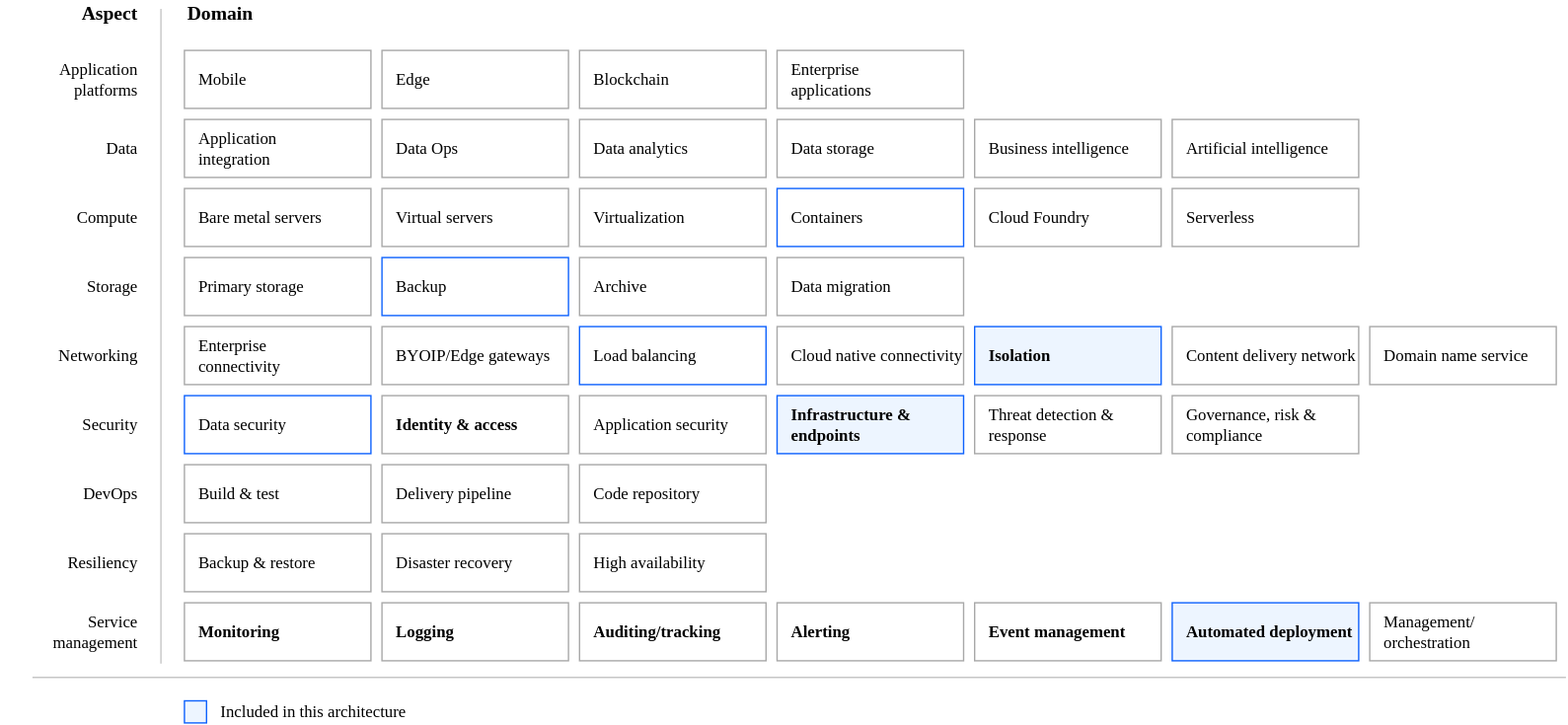
Above: reference-architectures/heat-map-deploy-arch-slz-vpc-fully-configurable.svg in terraform-ibm-modules/terraform-ibm-landing-zone-vpc (draw.io), before the change. Source tidied: cells renumbered, new cells last; positions are measured from the earlier drawing's top-left corner, leaving out a move shared by most shapes.
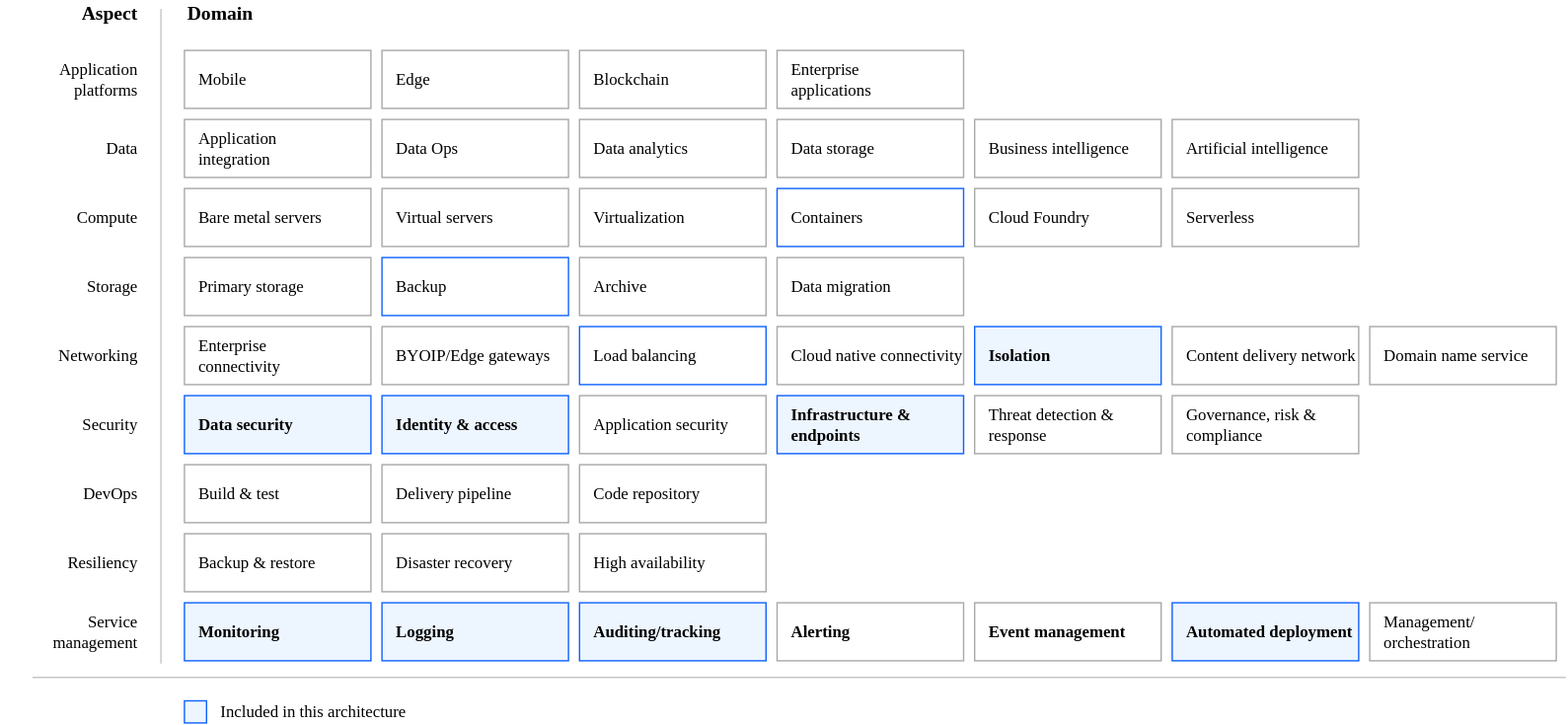
The same file after the commit.

The edit, as a diff of the source:
```diff
@@ -20,13 +20,13 @@
     <mxCell id="7" value="Build &amp;amp; test" style="rounded=0;whiteSpace=wrap;html=1;strokeColor=#A8A8A8;align=left;spacingLeft=8;fontFamily=IBM Plex Sans;" parent="1" vertex="1">
       <mxGeometry x="133" y="336" width="135" height="42" as="geometry" />
     </mxCell>
-    <mxCell id="8" value="Data security" style="rounded=0;whiteSpace=wrap;html=1;strokeColor=light-dark(#0E62FD,#5D5D5D);align=left;spacingLeft=8;fontFamily=IBM Plex Sans;fontStyle=0;fillColor=default;" parent="1" vertex="1">
+    <mxCell id="8" value="Data security" style="rounded=0;whiteSpace=wrap;html=1;strokeColor=light-dark(#0E62FD,#5D5D5D);align=left;spacingLeft=8;fontFamily=IBM Plex Sans;fontStyle=1;fillColor=#EDF5FF;" parent="1" vertex="1">
       <mxGeometry x="133" y="286" width="135" height="42" as="geometry" />
     </mxCell>
     <mxCell id="9" value="Backup &amp;amp; restore" style="rounded=0;whiteSpace=wrap;html=1;strokeColor=#A8A8A8;align=left;spacingLeft=8;fontFamily=IBM Plex Sans;" parent="1" vertex="1">
       <mxGeometry x="133" y="386" width="135" height="42" as="geometry" />
     </mxCell>
-    <mxCell id="10" value="Monitoring" style="rounded=0;whiteSpace=wrap;html=1;strokeColor=light-dark(#A8A8A8,#5CA4FF);align=left;spacingLeft=8;fontFamily=IBM Plex Sans;fontStyle=1;fillColor=light-dark(#FFFFFF,#151C24);" parent="1" vertex="1">
+    <mxCell id="10" value="Monitoring" style="rounded=0;whiteSpace=wrap;html=1;strokeColor=light-dark(#0E62FD,#5CA4FF);align=left;spacingLeft=8;fontFamily=IBM Plex Sans;fontStyle=1;fillColor=light-dark(#EDF5FF,#151C24);" parent="1" vertex="1">
       <mxGeometry x="133" y="436" width="135" height="42" as="geometry" />
     </mxCell>
     <mxCell id="11" value="Edge" style="rounded=0;whiteSpace=wrap;html=1;strokeColor=#A8A8A8;align=left;spacingLeft=8;fontFamily=IBM Plex Sans;fillColor=default;fontStyle=0;" parent="1" vertex="1">
@@ -92,7 +92,7 @@
     <mxCell id="31" value="Domain name service" style="rounded=0;whiteSpace=wrap;html=1;strokeColor=#A8A8A8;align=left;spacingLeft=8;fontFamily=IBM Plex Sans;fillColor=default;fontStyle=0;" parent="1" vertex="1">
       <mxGeometry x="991" y="236" width="135" height="42" as="geometry" />
     </mxCell>
-    <mxCell id="32" value="Identity &amp;amp; access" style="rounded=0;whiteSpace=wrap;html=1;strokeColor=light-dark(#A8A8A8,#5CA4FF);align=left;spacingLeft=8;fontFamily=IBM Plex Sans;fillColor=light-dark(#FFFFFF,#151C24);fontStyle=1;" parent="1" vertex="1">
+    <mxCell id="32" value="Identity &amp;amp; access" style="rounded=0;whiteSpace=wrap;html=1;strokeColor=light-dark(#0E62FD,#5CA4FF);align=left;spacingLeft=8;fontFamily=IBM Plex Sans;fillColor=light-dark(#EDF5FF,#151C24);fontStyle=1;" parent="1" vertex="1">
       <mxGeometry x="276" y="286" width="135" height="42" as="geometry" />
     </mxCell>
     <mxCell id="33" value="Application security" style="rounded=0;whiteSpace=wrap;html=1;strokeColor=#A8A8A8;align=left;spacingLeft=8;fontFamily=IBM Plex Sans;fillColor=default;fontStyle=0;" parent="1" vertex="1">
@@ -119,10 +119,10 @@
     <mxCell id="40" value="High availability" style="rounded=0;whiteSpace=wrap;html=1;strokeColor=#A8A8A8;align=left;spacingLeft=8;fontFamily=IBM Plex Sans;fillColor=default;fontStyle=0;" parent="1" vertex="1">
       <mxGeometry x="419" y="386" width="135" height="42" as="geometry" />
     </mxCell>
-    <mxCell id="41" value="Logging" style="rounded=0;whiteSpace=wrap;html=1;strokeColor=light-dark(#A8A8A8,#5CA4FF);align=left;spacingLeft=8;fontFamily=IBM Plex Sans;fillColor=light-dark(#FFFFFF,#151C24);fontStyle=1;" parent="1" vertex="1">
+    <mxCell id="41" value="Logging" style="rounded=0;whiteSpace=wrap;html=1;strokeColor=light-dark(#0E62FD,#5CA4FF);align=left;spacingLeft=8;fontFamily=IBM Plex Sans;fillColor=light-dark(#EDF5FF,#151C24);fontStyle=1;" parent="1" vertex="1">
       <mxGeometry x="276" y="436" width="135" height="42" as="geometry" />
     </mxCell>
-    <mxCell id="42" value="Auditing/tracking" style="rounded=0;whiteSpace=wrap;html=1;strokeColor=light-dark(#A8A8A8,#5CA4FF);align=left;spacingLeft=8;fontFamily=IBM Plex Sans;fillColor=light-dark(#FFFFFF,#151C24);fontStyle=1;" parent="1" vertex="1">
+    <mxCell id="42" value="Auditing/tracking" style="rounded=0;whiteSpace=wrap;html=1;strokeColor=light-dark(#0E62FD,#5CA4FF);align=left;spacingLeft=8;fontFamily=IBM Plex Sans;fillColor=light-dark(#EDF5FF,#151C24);fontStyle=1;" parent="1" vertex="1">
       <mxGeometry x="419" y="436" width="135" height="42" as="geometry" />
     </mxCell>
     <mxCell id="43" value="Alerting" style="rounded=0;whiteSpace=wrap;html=1;strokeColor=light-dark(#A8A8A8,#5CA4FF);align=left;spacingLeft=8;fontFamily=IBM Plex Sans;fillColor=light-dark(#FFFFFF,#151C24);fontStyle=1;" parent="1" vertex="1">
```
